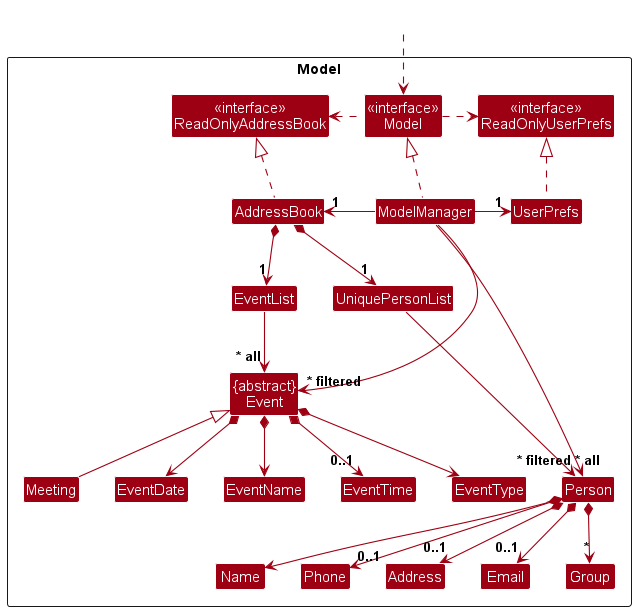
Above: docs/images/ModelClassDiagram.png in nus-cs2103-AY2324S1/tp (PlantUML), before the change.
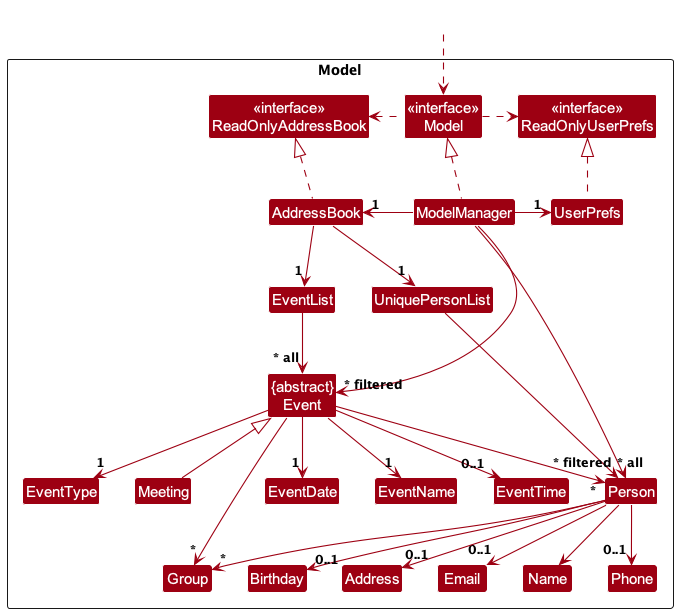
After the commit.

Diff of the diagram source:
```diff
@@ -19,6 +19,7 @@
 Class Name
 Class Phone
 Class Group
+Class Birthday
 
 Class EventList
 Class "{abstract}\nEvent" as Event
@@ -43,20 +44,23 @@
 ModelManager -right-> "1" UserPrefs
 UserPrefs .up.|> ReadOnlyUserPrefs
 
-AddressBook *--> "1" UniquePersonList
-AddressBook *--> "1" EventList
+AddressBook --> "1" UniquePersonList
+AddressBook --> "1" EventList
 UniquePersonList --> "~* all" Person
 EventList --> "~* all" Event
 Event <|-- Meeting
-Person *--> Name
-Person *--> "0..1" Phone
-Person *--> "0..1" Email
-Person *--> "0..1" Address
-Person *--> "*" Group
-Event *--> EventName
-Event *--> EventDate
-Event *--> EventType
-Event *--> "0..1" EventTime
+Person --> Name
+Person --> "0..1" Phone
+Person --> "0..1" Email
+Person --> "0..1" Address
+Person --> "*" Group
+Person --> "0..1" Birthday
+Event --> "1" EventName
+Event --> "1" EventDate
+Event --> "1" EventType
+Event --> "0..1" EventTime
+Event --> "*" Group
+Event --> "*" Person
 
 Person -[hidden]up--> I
 UniquePersonList -[hidden]right-> I
```
